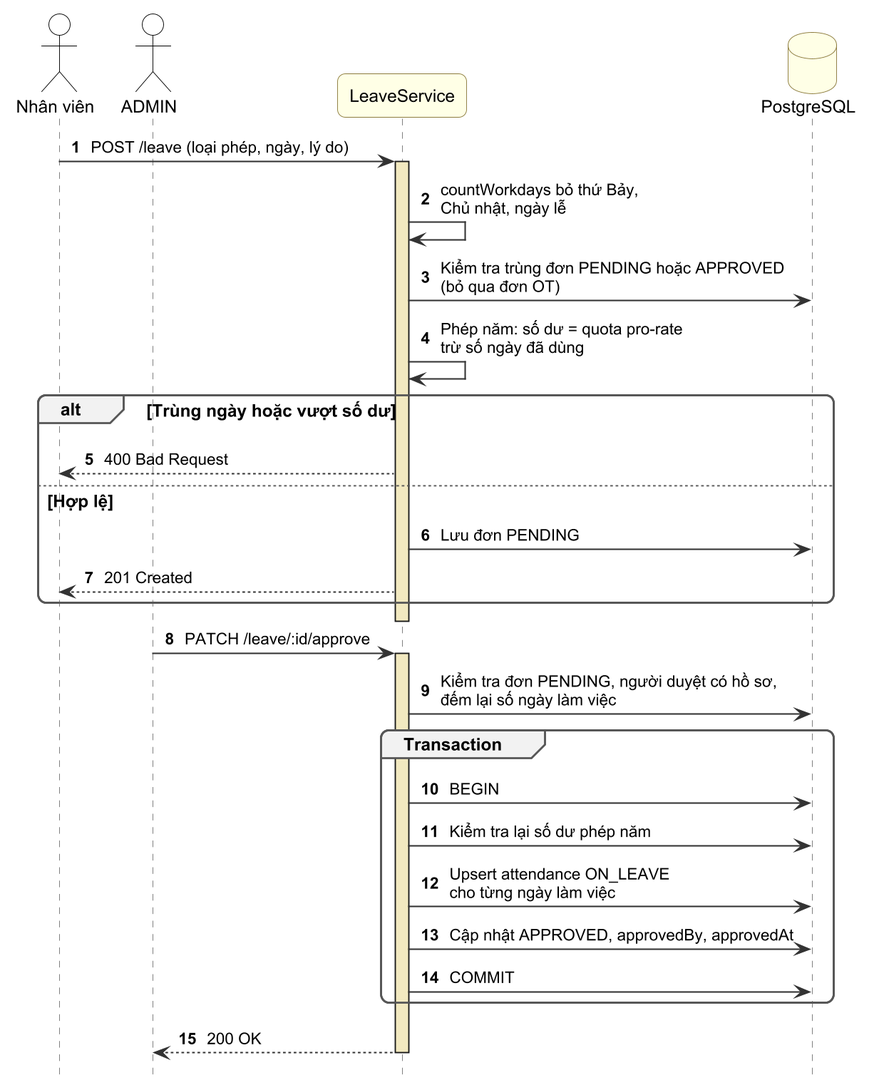
NguyenDang182005/khoa-luan keeps this PlantUML diagram as docs/diagrams/H4-04-leave-approve.png. Above is the earlier version.
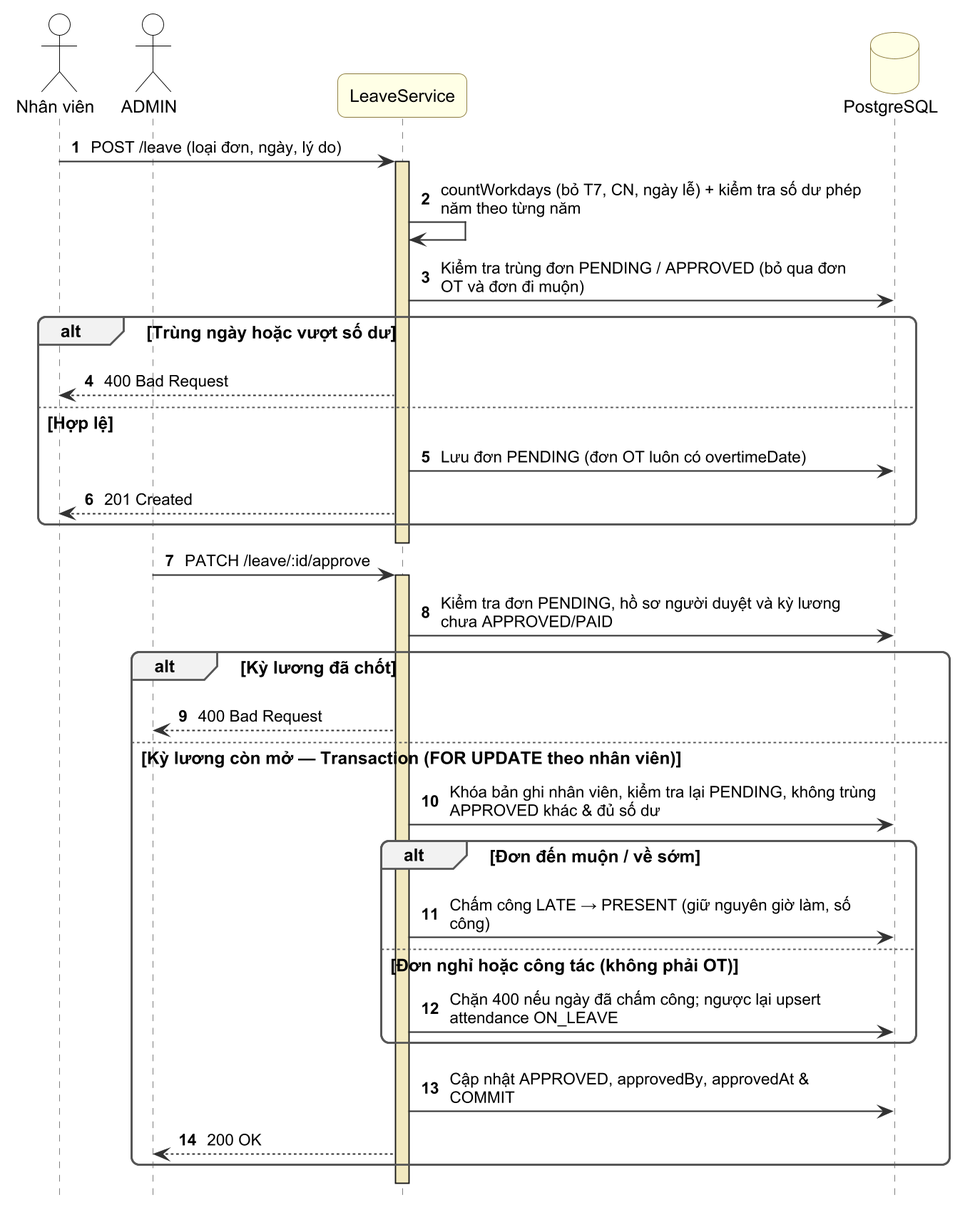
After the commit.

What changed in the source:
```diff
@@ -1,34 +1,38 @@
 @startuml
 skinparamlocked dpi 180
 !include _style.iuml
+skinparam maxMessageSize 320
 autonumber
 hide footbox
 actor "Nhân viên" as E
 actor "ADMIN" as AD
 participant "LeaveService" as L
 database "PostgreSQL" as DB
-E -> L : POST /leave (loại phép, ngày, lý do)
+E -> L : POST /leave (loại đơn, ngày, lý do)
 activate L
-L -> L : countWorkdays bỏ thứ Bảy,\nChủ nhật, ngày lễ
-L -> DB : Kiểm tra trùng đơn PENDING hoặc APPROVED\n(bỏ qua đơn OT)
-L -> L : Phép năm: số dư = quota pro-rate\ntrừ số ngày đã dùng
+L -> L : countWorkdays (bỏ T7, CN, ngày lễ) + kiểm tra số dư phép năm theo từng năm
+L -> DB : Kiểm tra trùng đơn PENDING / APPROVED (bỏ qua đơn OT và đơn đi muộn)
 alt Trùng ngày hoặc vượt số dư
   L --> E : 400 Bad Request
 else Hợp lệ
-  L -> DB : Lưu đơn PENDING
+  L -> DB : Lưu đơn PENDING (đơn OT luôn có overtimeDate)
   L --> E : 201 Created
 end
 deactivate L
 AD -> L : PATCH /leave/:id/approve
 activate L
-L -> DB : Kiểm tra đơn PENDING, người duyệt có hồ sơ,\nđếm lại số ngày làm việc
-group Transaction
-  L -> DB : BEGIN
-  L -> DB : Kiểm tra lại số dư phép năm
-  L -> DB : Upsert attendance ON_LEAVE\ncho từng ngày làm việc
-  L -> DB : Cập nhật APPROVED, approvedBy, approvedAt
-  L -> DB : COMMIT
+L -> DB : Kiểm tra đơn PENDING, hồ sơ người duyệt và kỳ lương chưa APPROVED/PAID
+alt Kỳ lương đã chốt
+  L --> AD : 400 Bad Request
+else Kỳ lương còn mở — Transaction (FOR UPDATE theo nhân viên)
+  L -> DB : Khóa bản ghi nhân viên, kiểm tra lại PENDING, không trùng APPROVED khác & đủ số dư
+  alt Đơn đến muộn / về sớm
+    L -> DB : Chấm công LATE → PRESENT (giữ nguyên giờ làm, số công)
+  else Đơn nghỉ hoặc công tác (không phải OT)
+    L -> DB : Chặn 400 nếu ngày đã chấm công; ngược lại upsert attendance ON_LEAVE
+  end
+  L -> DB : Cập nhật APPROVED, approvedBy, approvedAt & COMMIT
+  L --> AD : 200 OK
 end
-L --> AD : 200 OK
 deactivate L
 @enduml
```
